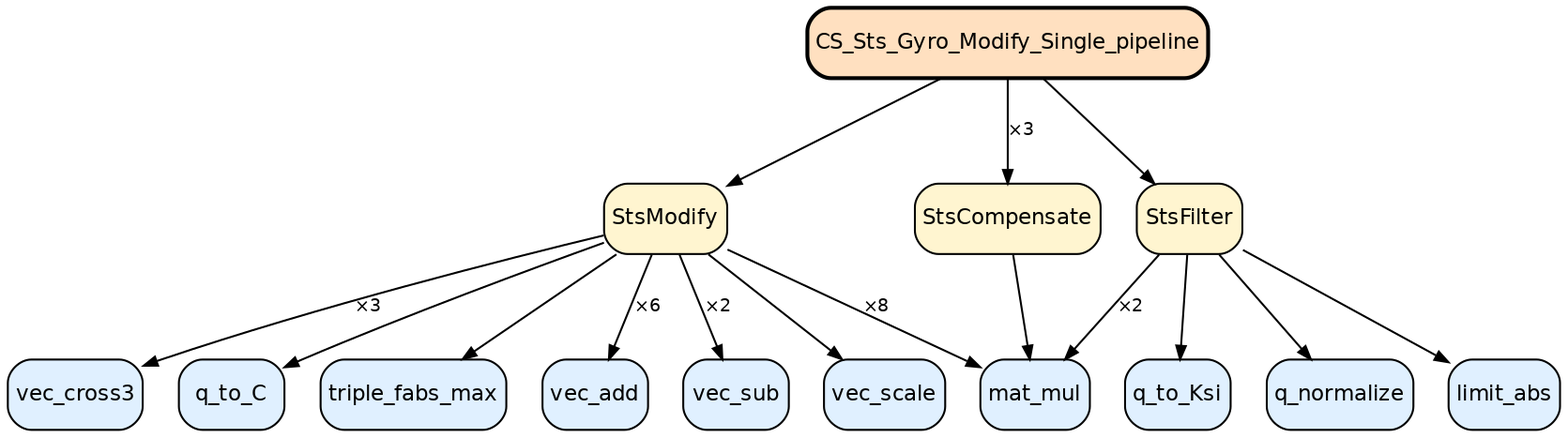
This is paper/images/ip_callgraph.png from taylor-swift-13/SESpec, a Graphviz export, as it was before one commit. Its source is kept beside it as paper/images/ip_callgraph.dot. Source of this version:
```dot
digraph callgraph {
  rankdir=TB;
  ranksep=0.6;
  nodesep=0.25;
  bgcolor="transparent";
  node [shape=box, style="rounded,filled", fontname="Helvetica", fontsize=11, margin="0.05,0.03", penwidth=1.3];
  edge [color="#333333", fontname="Helvetica", fontcolor="#333333", fontsize=9, arrowsize=0.7, penwidth=1.1];

  entry [label="CS_Sts_Gyro_Modify_Single_pipeline", style="rounded,bold,filled", color="#D97777", fillcolor="#FFF1F1", fontcolor="#7E3434", penwidth=1.7];

  StsCompensate [color="#9B7BB7", fillcolor="#F5EFFA", fontcolor="#5F4776"];
  StsModify     [color="#9B7BB7", fillcolor="#F5EFFA", fontcolor="#5F4776"];
  StsFilter     [color="#9B7BB7", fillcolor="#F5EFFA", fontcolor="#5F4776"];

  mat_mul         [color="#8EB4DC", fillcolor="#F4FAFF", fontcolor="#4D6F92"];
  vec_add         [color="#8EB4DC", fillcolor="#F4FAFF", fontcolor="#4D6F92"];
  vec_sub         [color="#8EB4DC", fillcolor="#F4FAFF", fontcolor="#4D6F92"];
  vec_scale       [color="#8EB4DC", fillcolor="#F4FAFF", fontcolor="#4D6F92"];
  vec_cross3      [color="#8EB4DC", fillcolor="#F4FAFF", fontcolor="#4D6F92"];
  q_to_C          [color="#8EB4DC", fillcolor="#F4FAFF", fontcolor="#4D6F92"];
  q_to_Ksi        [color="#8EB4DC", fillcolor="#F4FAFF", fontcolor="#4D6F92"];
  q_normalize     [color="#8EB4DC", fillcolor="#F4FAFF", fontcolor="#4D6F92"];
  limit_abs       [color="#8EB4DC", fillcolor="#F4FAFF", fontcolor="#4D6F92"];
  triple_fabs_max [color="#8EB4DC", fillcolor="#F4FAFF", fontcolor="#4D6F92"];

  {rank=same; StsCompensate; StsModify; StsFilter}
  {rank=same; mat_mul; vec_add; vec_sub; vec_scale; vec_cross3;
              q_to_C; q_to_Ksi; q_normalize; limit_abs; triple_fabs_max}

  entry -> StsCompensate [label="×3"];
  entry -> StsModify;
  entry -> StsFilter;

  StsCompensate -> mat_mul;

  StsModify -> mat_mul [label="×8"];
  StsModify -> vec_add [label="×6"];
  StsModify -> vec_cross3 [label="×3"];
  StsModify -> vec_sub [label="×2"];
  StsModify -> vec_scale;
  StsModify -> q_to_C;
  StsModify -> triple_fabs_max;

  StsFilter -> mat_mul [label="×2"];
  StsFilter -> q_to_Ksi;
  StsFilter -> q_normalize;
  StsFilter -> limit_abs;
}
```
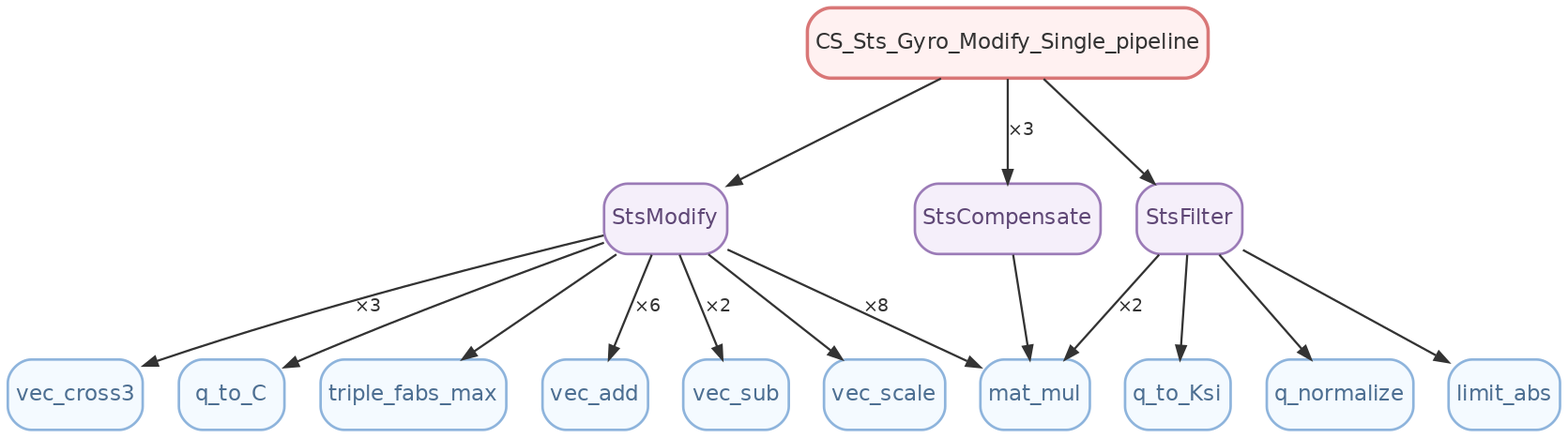
The same diagram one commit later.

What changed in the source:
```diff
@@ -6,7 +6,7 @@
   node [shape=box, style="rounded,filled", fontname="Helvetica", fontsize=11, margin="0.05,0.03", penwidth=1.3];
   edge [color="#333333", fontname="Helvetica", fontcolor="#333333", fontsize=9, arrowsize=0.7, penwidth=1.1];
 
-  entry [label="CS_Sts_Gyro_Modify_Single_pipeline", style="rounded,bold,filled", color="#D97777", fillcolor="#FFF1F1", fontcolor="#7E3434", penwidth=1.7];
+  entry [label="CS_Sts_Gyro_Modify_Single_pipeline", style="rounded,bold,filled", color="#D97777", fillcolor="#FFF1F1", fontcolor="#333333", penwidth=1.7];
 
   StsCompensate [color="#9B7BB7", fillcolor="#F5EFFA", fontcolor="#5F4776"];
   StsModify     [color="#9B7BB7", fillcolor="#F5EFFA", fontcolor="#5F4776"];
```
